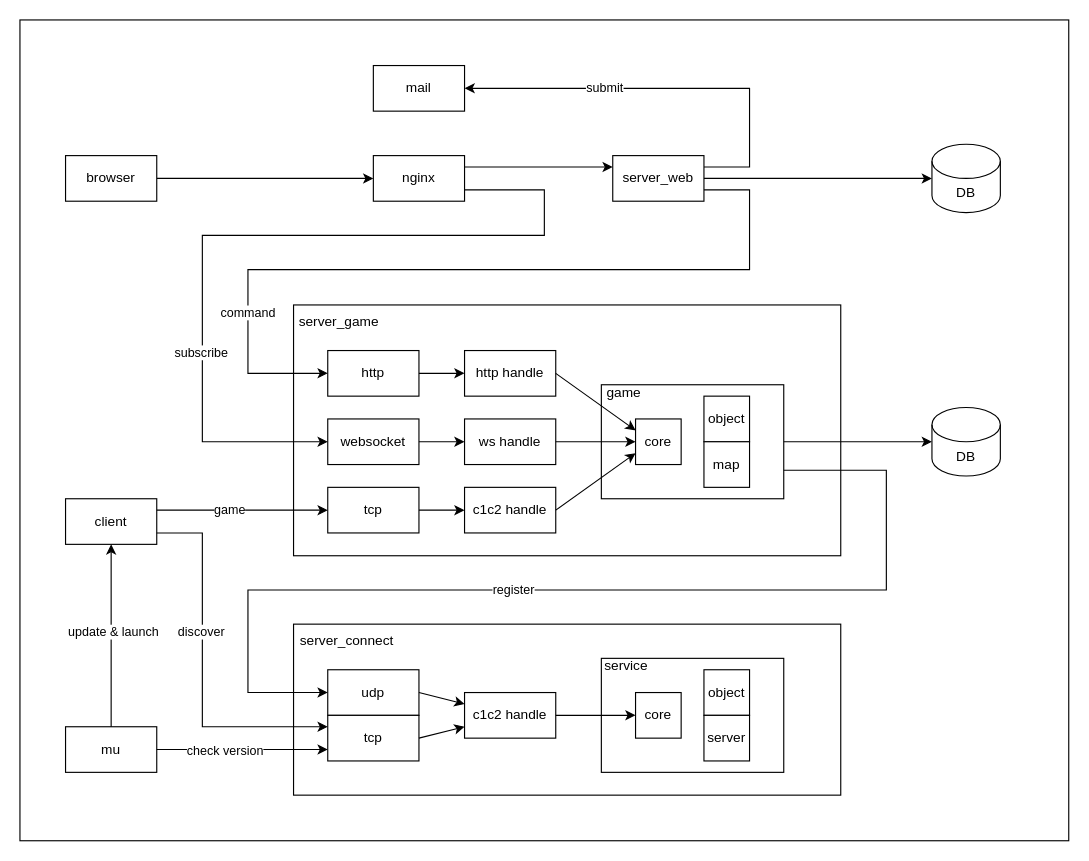
This is docs/system.drawio from xujintao/balgass, a draw.io file, before an edit. Source tidied: cells renumbered, new cells numbered last; positions are measured from the earlier drawing's top-left corner, leaving out a move shared by most shapes. Both pictures are drawn from the tidied source at 114%, with x=0, y=0 at pixel (19, 19).
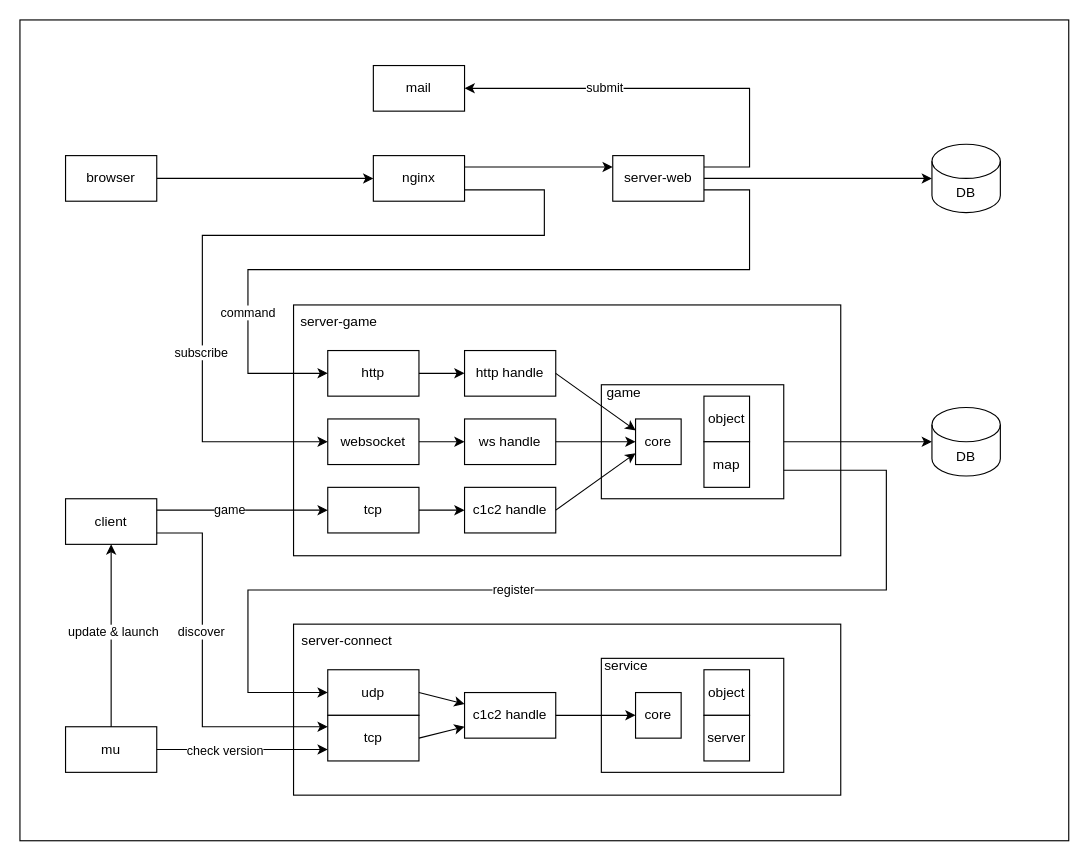
The same page after the edit.

Change to the diagram source:
```diff
@@
-    <mxCell id="17" value="server_web" style="rounded=0;whiteSpace=wrap;html=1;" parent="1" vertex="1">
+    <mxCell id="17" value="server-web" style="rounded=0;whiteSpace=wrap;html=1;" parent="1" vertex="1">
       <mxGeometry x="520" y="119" width="80" height="40" as="geometry" />
     </mxCell>
@@
-    <mxCell id="36" value="server_game" style="text;html=1;strokeColor=none;fillColor=none;align=center;verticalAlign=middle;whiteSpace=wrap;rounded=0;" parent="1" vertex="1">
+    <mxCell id="36" value="server-game" style="text;html=1;strokeColor=none;fillColor=none;align=center;verticalAlign=middle;whiteSpace=wrap;rounded=0;" parent="1" vertex="1">
       <mxGeometry x="230" y="250" width="100" height="30" as="geometry" />
     </mxCell>
@@
-    <mxCell id="50" value="server_connect" style="text;html=1;strokeColor=none;fillColor=none;align=center;verticalAlign=middle;whiteSpace=wrap;rounded=0;" parent="1" vertex="1">
+    <mxCell id="50" value="server-connect" style="text;html=1;strokeColor=none;fillColor=none;align=center;verticalAlign=middle;whiteSpace=wrap;rounded=0;" parent="1" vertex="1">
       <mxGeometry x="237" y="530" width="100" height="30" as="geometry" />
     </mxCell>
```
